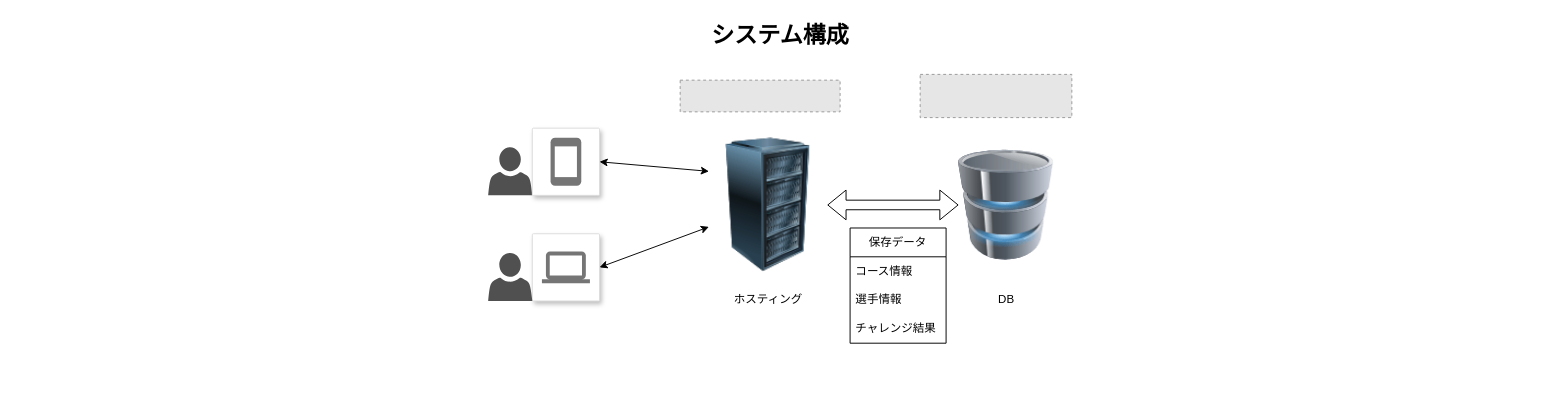
Earlier version of the draw.io diagram systemStructure.drawio (kazutan1230/docs). Source tidied: cells renumbered, new cells numbered last; positions are measured from the earlier drawing's top-left corner, leaving out a move shared by most shapes. Both pictures are drawn from the tidied source at 96%, with x=0, y=0 at pixel (16, 16). Pictures stored in the file or linked from it are replaced by grey dashed boxes.
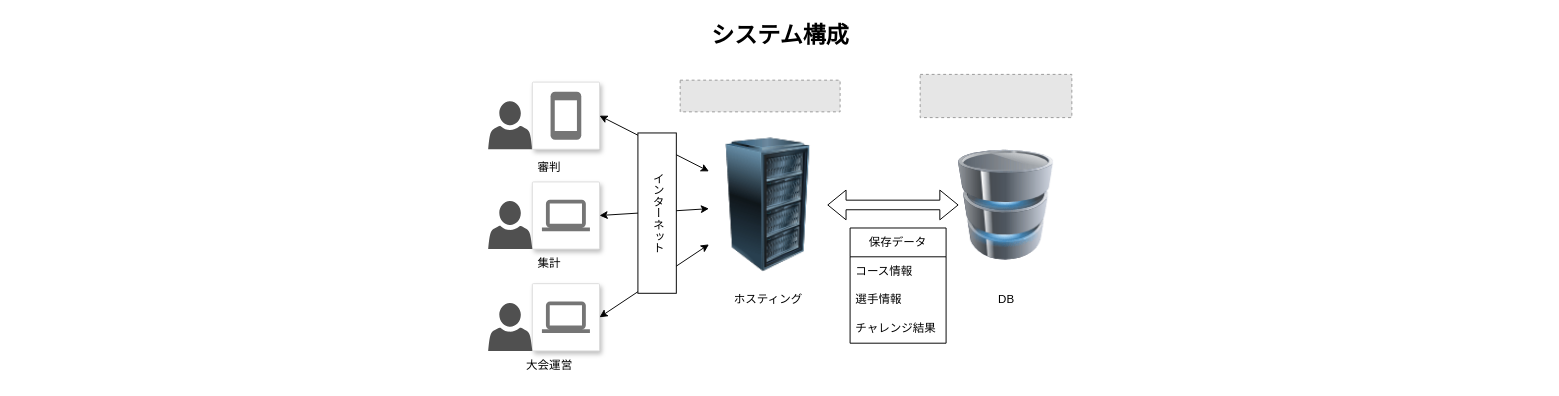
After the change.

Commit message:
変更内容を追加しました

The change refers to these unchanged cells:
```xml
<mxCell id="4" style="image;html=1;image=img/lib/clip_art/computers/Server_Rack_128x128.png;" parent="1" vertex="1">
  <mxGeometry x="721" y="126" width="123.3" height="140" as="geometry" />
</mxCell>
```

Change to the diagram source:
```diff
@@
     <mxCell id="8" style="sketch=0;shadow=0;dashed=0;html=1;strokeColor=none;fillColor=#505050;labelPosition=center;verticalLabelPosition=bottom;verticalAlign=top;align=center;shape=mxgraph.office.users.user;" parent="1" vertex="1">
-      <mxGeometry x="491" y="136" width="46" height="50" as="geometry" />
+      <mxGeometry x="491" y="88" width="46" height="50" as="geometry" />
     </mxCell>
     <mxCell id="9" value="&lt;div&gt;&lt;br&gt;&lt;/div&gt;&lt;div&gt;&lt;br&gt;&lt;/div&gt;" style="strokeColor=#dddddd;shadow=1;strokeWidth=1;rounded=1;absoluteArcSize=1;arcSize=2;labelPosition=center;verticalLabelPosition=middle;align=center;verticalAlign=bottom;spacingLeft=0;fontColor=#999999;fontSize=12;whiteSpace=wrap;spacingBottom=2;html=1;" parent="1" vertex="1">
-      <mxGeometry x="537" y="116" width="70" height="70" as="geometry" />
+      <mxGeometry x="537" y="68" width="70" height="70" as="geometry" />
     </mxCell>
@@
     <mxCell id="11" style="strokeColor=#dddddd;shadow=1;strokeWidth=1;rounded=1;absoluteArcSize=1;arcSize=2;labelPosition=center;verticalLabelPosition=middle;align=center;verticalAlign=bottom;spacingLeft=0;fontColor=#999999;fontSize=12;whiteSpace=wrap;spacingBottom=2;html=1;" parent="1" vertex="1">
-      <mxGeometry x="537" y="226" width="70" height="70" as="geometry" />
+      <mxGeometry x="537" y="172" width="70" height="70" as="geometry" />
     </mxCell>
@@
     <mxCell id="13" style="sketch=0;shadow=0;dashed=0;html=1;strokeColor=none;fillColor=#505050;labelPosition=center;verticalLabelPosition=bottom;verticalAlign=top;align=center;shape=mxgraph.office.users.user;" parent="1" vertex="1">
-      <mxGeometry x="491" y="246" width="46" height="50" as="geometry" />
+      <mxGeometry x="491" y="192" width="46" height="50" as="geometry" />
     </mxCell>
@@
+    <mxCell id="22" style="strokeColor=#dddddd;shadow=1;strokeWidth=1;rounded=1;absoluteArcSize=1;arcSize=2;labelPosition=center;verticalLabelPosition=middle;align=center;verticalAlign=bottom;spacingLeft=0;fontColor=#999999;fontSize=12;whiteSpace=wrap;spacingBottom=2;html=1;" parent="1" vertex="1">
+      <mxGeometry x="537" y="278" width="70" height="70" as="geometry" />
+    </mxCell>
+    <mxCell id="23" style="sketch=0;dashed=0;html=1;fillColor=#757575;strokeColor=none;shape=mxgraph.gcp2.laptop;" parent="22" vertex="1">
+      <mxGeometry x="0.5" width="50" height="33" relative="1" as="geometry">
+        <mxPoint x="-25" y="18.5" as="offset" />
+      </mxGeometry>
+    </mxCell>
+    <mxCell id="24" style="sketch=0;shadow=0;dashed=0;html=1;strokeColor=none;fillColor=#505050;labelPosition=center;verticalLabelPosition=bottom;verticalAlign=top;align=center;shape=mxgraph.office.users.user;" parent="1" vertex="1">
+      <mxGeometry x="491" y="298" width="46" height="50" as="geometry" />
+    </mxCell>
+    <mxCell id="25" style="endArrow=classic;startArrow=classic;html=1;rounded=0;exitX=1;exitY=0.5;exitDx=0;exitDy=0;" parent="1" edge="1" source="22" target="4">
+      <mxGeometry relative="1" as="geometry" />
+    </mxCell>
+    <mxCell id="26" value="審判" style="text;html=1;align=center;verticalAlign=middle;whiteSpace=wrap;rounded=0;" parent="1" vertex="1">
+      <mxGeometry x="498" y="142" width="113.7" height="30" as="geometry" />
+    </mxCell>
+    <mxCell id="27" value="集計" style="text;html=1;align=center;verticalAlign=middle;whiteSpace=wrap;rounded=0;" parent="1" vertex="1">
+      <mxGeometry x="498" y="242" width="113.7" height="30" as="geometry" />
+    </mxCell>
+    <mxCell id="28" value="大会運営" style="text;html=1;align=center;verticalAlign=middle;whiteSpace=wrap;rounded=0;" parent="1" vertex="1">
+      <mxGeometry x="498" y="348" width="113.7" height="30" as="geometry" />
+    </mxCell>
+    <mxCell id="29" value="インターネット" style="rounded=0;whiteSpace=wrap;html=1;textDirection=vertical-lr;" parent="1" vertex="1">
+      <mxGeometry x="647" y="121" width="40" height="167" as="geometry" />
+    </mxCell>
```
